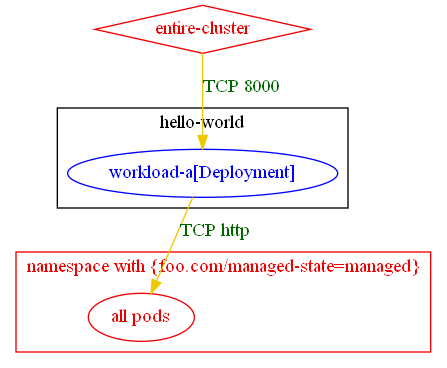
This is test_outputs/connlist/exposure_test_egress_exposure_with_named_port_connlist_output.dot.png from np-guard/netpol-analyzer, a Graphviz export, as it was before one commit. Its source is kept beside it as test_outputs/connlist/exposure_test_egress_exposure_with_named_port_connlist_output.dot.
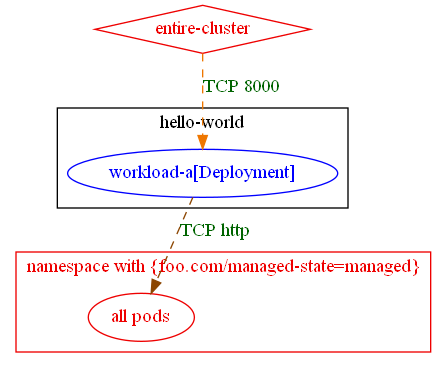
Above is the later version.

The edit, as a diff of the source:
```diff
@@ -12,6 +12,6 @@
 		label="namespace with {foo.com/managed-state=managed}"
 	}
 	"entire-cluster" [label="entire-cluster" color="red2" fontcolor="red2" shape=diamond]
-	"entire-cluster" -> "hello-world/workload-a[Deployment]" [label="TCP 8000" color="gold2" fontcolor="darkgreen" weight=1]
-	"hello-world/workload-a[Deployment]" -> "all pods_in_namespace with {foo.com/managed-state=managed}" [label="TCP http" color="gold2" fontcolor="darkgreen" weight=0.5]
+	"entire-cluster" -> "hello-world/workload-a[Deployment]" [label="TCP 8000" color="darkorange2" fontcolor="darkgreen" weight=1 style=dashed]
+	"hello-world/workload-a[Deployment]" -> "all pods_in_namespace with {foo.com/managed-state=managed}" [label="TCP http" color="darkorange4" fontcolor="darkgreen" weight=0.5 style=dashed]
 }
```
